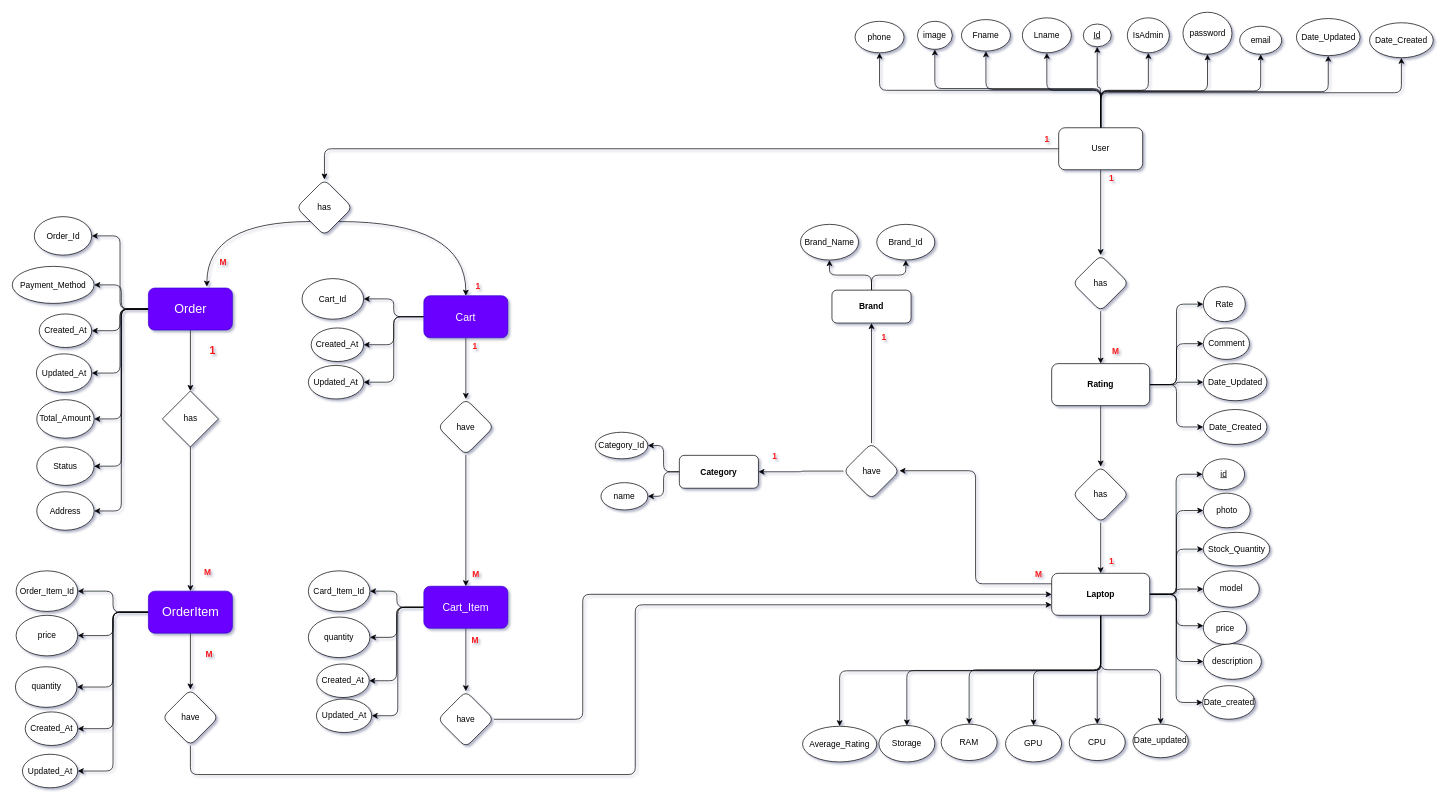
Before: Basic_Diagram_v2.0.drawio in Mostafa-Abdelfatah/laptop-shop-backend, a draw.io diagram. Source tidied: cells renumbered, new cells numbered last; positions are measured from the earlier drawing's top-left corner, leaving out a move shared by most shapes. Both pictures are drawn from the tidied source at 70%, with x=0, y=0 at pixel (12, 12).
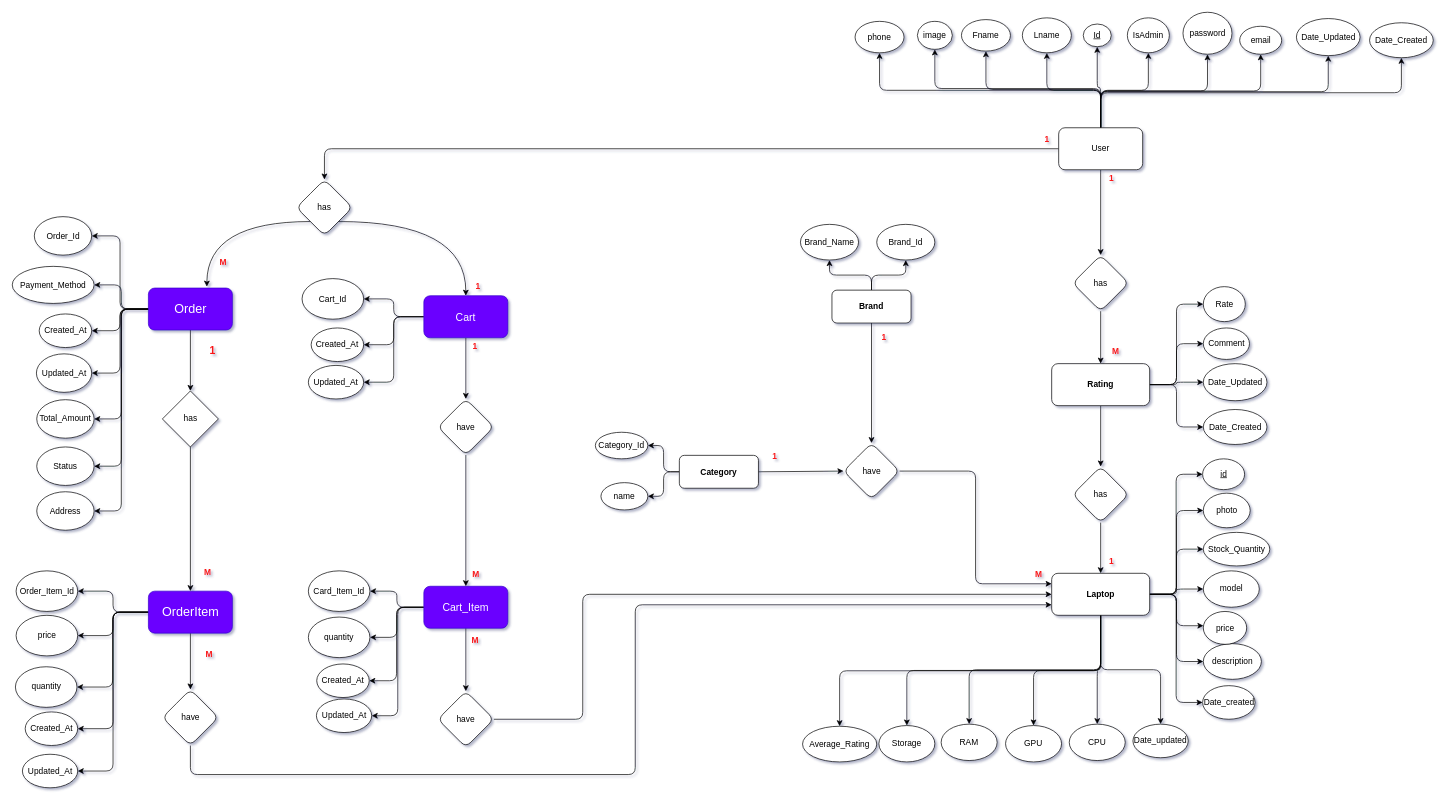
Above is the later version.

The change refers to these unchanged cells:
```xml
<mxCell id="29" value="&lt;b&gt;Laptop&lt;/b&gt;" style="rounded=1;whiteSpace=wrap;html=1;" parent="1" vertex="1">
  <mxGeometry x="1484.9" y="801.5" width="140" height="60" as="geometry" />
</mxCell>
<mxCell id="47" value="&lt;b&gt;Category&lt;/b&gt;" style="rounded=1;whiteSpace=wrap;html=1;" parent="1" vertex="1">
  <mxGeometry x="953" y="633" width="113" height="47" as="geometry" />
</mxCell>
<mxCell id="50" value="have" style="rhombus;whiteSpace=wrap;html=1;rounded=1;" parent="1" vertex="1">
  <mxGeometry x="1187.5" y="615.5" width="80" height="80" as="geometry" />
</mxCell>
<mxCell id="126" value="&lt;b&gt;Brand&lt;br&gt;&lt;/b&gt;" style="rounded=1;whiteSpace=wrap;html=1;" parent="1" vertex="1">
  <mxGeometry x="1171" y="397" width="113" height="47" as="geometry" />
</mxCell>
```

Diff of the diagram source:
```diff
@@
-    <mxCell id="28" style="edgeStyle=orthogonalEdgeStyle;html=1;exitX=0;exitY=0.25;exitDx=0;exitDy=0;entryX=0.999;entryY=0.494;entryDx=0;entryDy=0;entryPerimeter=0;" parent="1" edge="1" source="29" target="50">
-      <mxGeometry relative="1" as="geometry" />
-    </mxCell>
@@
+    <mxCell id="152" style="edgeStyle=none;html=1;exitX=1;exitY=0.5;exitDx=0;exitDy=0;entryX=0;entryY=0.5;entryDx=0;entryDy=0;" parent="1" edge="1" source="47" target="50">
+      <mxGeometry relative="1" as="geometry" />
+    </mxCell>
@@
-    <mxCell id="48" style="edgeStyle=orthogonalEdgeStyle;html=1;exitX=0.5;exitY=0;exitDx=0;exitDy=0;entryX=0.5;entryY=1;entryDx=0;entryDy=0;" parent="1" edge="1" source="50" target="126">
-      <mxGeometry relative="1" as="geometry" />
-    </mxCell>
-    <mxCell id="49" style="edgeStyle=orthogonalEdgeStyle;html=1;exitX=0;exitY=0.5;exitDx=0;exitDy=0;" parent="1" edge="1" source="50" target="47">
-      <mxGeometry relative="1" as="geometry" />
-    </mxCell>
+    <mxCell id="153" style="edgeStyle=orthogonalEdgeStyle;html=1;exitX=1;exitY=0.5;exitDx=0;exitDy=0;entryX=0;entryY=0.25;entryDx=0;entryDy=0;" parent="1" edge="1" source="50" target="29">
+      <mxGeometry relative="1" as="geometry" />
+    </mxCell>
@@
+    <mxCell id="154" style="edgeStyle=none;html=1;exitX=0.5;exitY=1;exitDx=0;exitDy=0;" parent="1" edge="1" source="126" target="50">
+      <mxGeometry relative="1" as="geometry" />
+    </mxCell>
```
